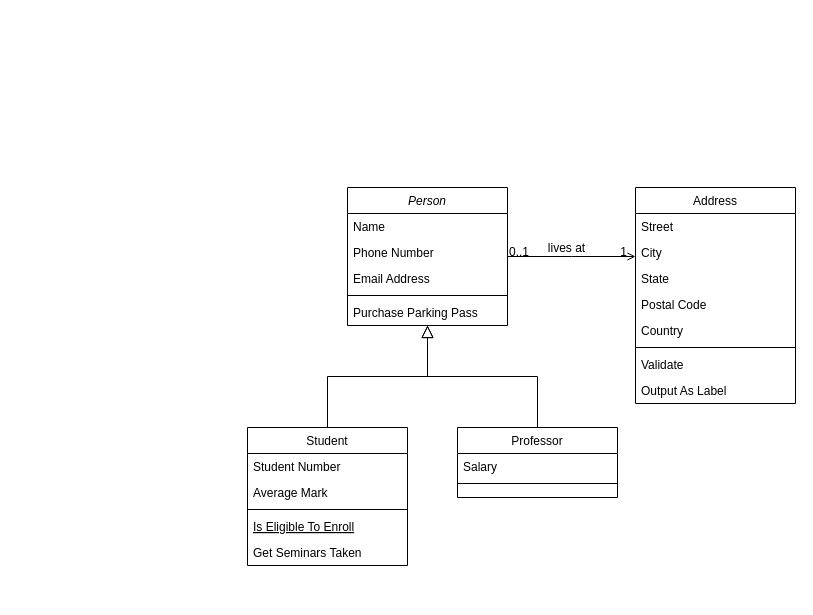
david-med/archivos keeps this draw.io diagram as PrototypeExample.drawio. Above is the earlier version. Source tidied: cells renumbered, new cells numbered last; positions are measured from the earlier drawing's top-left corner, leaving out a move shared by most shapes. Both pictures are drawn from the tidied source at 100%, with x=0, y=0 at pixel (247, 187).
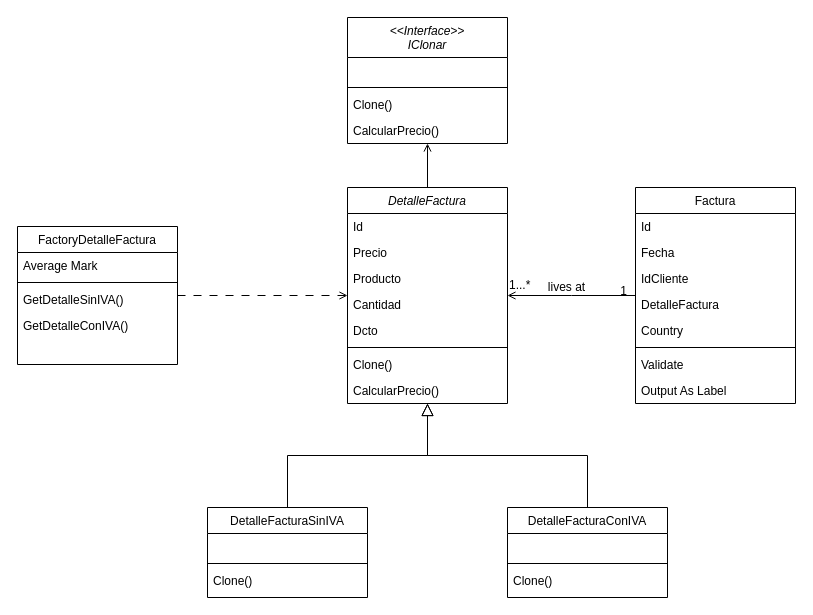
Above is the later version.

What changed in the source:
```diff
@@
+    <mxCell id="32" style="edgeStyle=orthogonalEdgeStyle;rounded=0;jettySize=auto;html=1;endArrow=open;endFill=0;" parent="1" edge="1" source="2" target="38">
+      <mxGeometry relative="1" as="geometry" />
+    </mxCell>
-    <mxCell id="2" value="Person" style="swimlane;fontStyle=2;align=center;verticalAlign=top;horizontal=1;startSize=26;rounded=0;shadow=0;strokeWidth=1;" parent="1" vertex="1">
-      <mxGeometry x="100" width="160" height="138" as="geometry" />
+    <mxCell id="2" value="DetalleFactura" style="swimlane;fontStyle=2;align=center;verticalAlign=top;horizontal=1;startSize=26;rounded=0;shadow=0;strokeWidth=1;" parent="1" vertex="1">
+      <mxGeometry x="100" width="160" height="216" as="geometry" />
     </mxCell>
-    <mxCell id="3" value="Name" style="text;align=left;verticalAlign=top;spacingLeft=4;spacingRight=4;overflow=hidden;" parent="2" vertex="1">
+    <mxCell id="3" value="Id" style="text;align=left;verticalAlign=top;spacingLeft=4;spacingRight=4;overflow=hidden;" parent="2" vertex="1">
       <mxGeometry y="26" width="160" height="26" as="geometry" />
     </mxCell>
+    <mxCell id="33" value="Precio" style="text;align=left;verticalAlign=top;spacingLeft=4;spacingRight=4;overflow=hidden;rounded=0;shadow=0;html=0;" parent="2" vertex="1">
+      <mxGeometry y="52" width="160" height="26" as="geometry" />
+    </mxCell>
-    <mxCell id="4" value="Phone Number" style="text;align=left;verticalAlign=top;spacingLeft=4;spacingRight=4;overflow=hidden;rounded=0;shadow=0;html=0;" parent="2" vertex="1">
-      <mxGeometry y="52" width="160" height="26" as="geometry" />
+    <mxCell id="4" value="Producto" style="text;align=left;verticalAlign=top;spacingLeft=4;spacingRight=4;overflow=hidden;rounded=0;shadow=0;html=0;" parent="2" vertex="1">
+      <mxGeometry y="78" width="160" height="26" as="geometry" />
     </mxCell>
+    <mxCell id="34" value="Cantidad" style="text;align=left;verticalAlign=top;spacingLeft=4;spacingRight=4;overflow=hidden;rounded=0;shadow=0;html=0;" parent="2" vertex="1">
+      <mxGeometry y="104" width="160" height="26" as="geometry" />
+    </mxCell>
-    <mxCell id="5" value="Email Address" style="text;align=left;verticalAlign=top;spacingLeft=4;spacingRight=4;overflow=hidden;rounded=0;shadow=0;html=0;" parent="2" vertex="1">
-      <mxGeometry y="78" width="160" height="26" as="geometry" />
+    <mxCell id="5" value="Dcto" style="text;align=left;verticalAlign=top;spacingLeft=4;spacingRight=4;overflow=hidden;rounded=0;shadow=0;html=0;" parent="2" vertex="1">
+      <mxGeometry y="130" width="160" height="26" as="geometry" />
     </mxCell>
     <mxCell id="6" style="line;html=1;strokeWidth=1;align=left;verticalAlign=middle;spacingTop=-1;spacingLeft=3;spacingRight=3;labelPosition=right;" parent="2" vertex="1">
-      <mxGeometry y="104" width="160" height="8" as="geometry" />
+      <mxGeometry y="156" width="160" height="8" as="geometry" />
     </mxCell>
+    <mxCell id="35" value="Clone()" style="text;align=left;verticalAlign=top;spacingLeft=4;spacingRight=4;overflow=hidden;" parent="2" vertex="1">
+      <mxGeometry y="164" width="160" height="26" as="geometry" />
+    </mxCell>
-    <mxCell id="7" value="Purchase Parking Pass" style="text;align=left;verticalAlign=top;spacingLeft=4;spacingRight=4;overflow=hidden;" parent="2" vertex="1">
-      <mxGeometry y="112" width="160" height="26" as="geometry" />
+    <mxCell id="7" value="CalcularPrecio()" style="text;align=left;verticalAlign=top;spacingLeft=4;spacingRight=4;overflow=hidden;" parent="2" vertex="1">
+      <mxGeometry y="190" width="160" height="26" as="geometry" />
     </mxCell>
+    <mxCell id="14" style="edgeStyle=orthogonalEdgeStyle;rounded=0;jettySize=auto;html=1;endArrow=open;endFill=0;dashed=1;dashPattern=8 8;" parent="1" edge="1" source="8" target="2">
+      <mxGeometry relative="1" as="geometry" />
+    </mxCell>
-    <mxCell id="8" value="Student" style="swimlane;fontStyle=0;align=center;verticalAlign=top;horizontal=1;startSize=26;rounded=0;shadow=0;strokeWidth=1;" parent="1" vertex="1">
-      <mxGeometry y="240" width="160" height="138" as="geometry" />
+    <mxCell id="8" value="FactoryDetalleFactura" style="swimlane;fontStyle=0;align=center;verticalAlign=top;horizontal=1;startSize=26;rounded=0;shadow=0;strokeWidth=1;" parent="1" vertex="1">
+      <mxGeometry x="-230" y="39" width="160" height="138" as="geometry" />
     </mxCell>
-    <mxCell id="9" value="Student Number" style="text;align=left;verticalAlign=top;spacingLeft=4;spacingRight=4;overflow=hidden;" parent="8" vertex="1">
-      <mxGeometry y="26" width="160" height="26" as="geometry" />
-    </mxCell>
     <mxCell id="10" value="Average Mark" style="text;align=left;verticalAlign=top;spacingLeft=4;spacingRight=4;overflow=hidden;rounded=0;shadow=0;html=0;" parent="8" vertex="1">
-      <mxGeometry y="52" width="160" height="26" as="geometry" />
+      <mxGeometry y="26" width="160" height="26" as="geometry" />
     </mxCell>
     <mxCell id="11" style="line;html=1;strokeWidth=1;align=left;verticalAlign=middle;spacingTop=-1;spacingLeft=3;spacingRight=3;labelPosition=right;" parent="8" vertex="1">
-      <mxGeometry y="78" width="160" height="8" as="geometry" />
+      <mxGeometry y="52" width="160" height="8" as="geometry" />
     </mxCell>
-    <mxCell id="12" value="Is Eligible To Enroll" style="text;align=left;verticalAlign=top;spacingLeft=4;spacingRight=4;overflow=hidden;fontStyle=4;" parent="8" vertex="1">
-      <mxGeometry y="86" width="160" height="26" as="geometry" />
+    <mxCell id="12" value="GetDetalleSinIVA()" style="text;align=left;verticalAlign=top;spacingLeft=4;spacingRight=4;overflow=hidden;fontStyle=0;" parent="8" vertex="1">
+      <mxGeometry y="60" width="160" height="26" as="geometry" />
     </mxCell>
-    <mxCell id="13" value="Get Seminars Taken" style="text;align=left;verticalAlign=top;spacingLeft=4;spacingRight=4;overflow=hidden;" parent="8" vertex="1">
-      <mxGeometry y="112" width="160" height="26" as="geometry" />
+    <mxCell id="13" value="GetDetalleConIVA()" style="text;align=left;verticalAlign=top;spacingLeft=4;spacingRight=4;overflow=hidden;" parent="8" vertex="1">
+      <mxGeometry y="86" width="160" height="26" as="geometry" />
     </mxCell>
-    <mxCell id="14" style="endArrow=block;endSize=10;endFill=0;shadow=0;strokeWidth=1;rounded=0;edgeStyle=elbowEdgeStyle;elbow=vertical;" parent="1" edge="1" source="8" target="2">
-      <mxGeometry relative="1" as="geometry" />
-    </mxCell>
+    <mxCell id="18" style="edgeStyle=orthogonalEdgeStyle;rounded=0;jettySize=auto;html=1;endArrow=block;endFill=0;strokeWidth=1;endSize=10;" parent="1" edge="1" source="15" target="2">
+      <mxGeometry relative="1" as="geometry" />
+    </mxCell>
-    <mxCell id="15" value="Professor" style="swimlane;fontStyle=0;align=center;verticalAlign=top;horizontal=1;startSize=26;rounded=0;shadow=0;strokeWidth=1;" parent="1" vertex="1">
-      <mxGeometry x="210" y="240" width="160" height="70" as="geometry" />
+    <mxCell id="15" value="DetalleFacturaSinIVA" style="swimlane;fontStyle=0;align=center;verticalAlign=top;horizontal=1;startSize=26;rounded=0;shadow=0;strokeWidth=1;" parent="1" vertex="1">
+      <mxGeometry x="-40" y="320" width="160" height="90" as="geometry" />
     </mxCell>
-    <mxCell id="16" value="Salary" style="text;align=left;verticalAlign=top;spacingLeft=4;spacingRight=4;overflow=hidden;" parent="15" vertex="1">
-      <mxGeometry y="26" width="160" height="26" as="geometry" />
-    </mxCell>
+    <mxCell id="36" style="text;align=left;verticalAlign=top;spacingLeft=4;spacingRight=4;overflow=hidden;" parent="15" vertex="1">
+      <mxGeometry y="26" width="160" height="26" as="geometry" />
+    </mxCell>
@@
-    <mxCell id="18" style="endArrow=block;endSize=10;endFill=0;shadow=0;strokeWidth=1;rounded=0;edgeStyle=elbowEdgeStyle;elbow=vertical;" parent="1" edge="1" source="15" target="2">
-      <mxGeometry relative="1" as="geometry" />
-    </mxCell>
+    <mxCell id="37" value="Clone()" style="text;align=left;verticalAlign=top;spacingLeft=4;spacingRight=4;overflow=hidden;" parent="15" vertex="1">
+      <mxGeometry y="60" width="160" height="26" as="geometry" />
+    </mxCell>
-    <mxCell id="19" value="Address" style="swimlane;fontStyle=0;align=center;verticalAlign=top;horizontal=1;startSize=26;rounded=0;shadow=0;strokeWidth=1;" parent="1" vertex="1">
+    <mxCell id="19" value="Factura" style="swimlane;fontStyle=0;align=center;verticalAlign=top;horizontal=1;startSize=26;rounded=0;shadow=0;strokeWidth=1;" parent="1" vertex="1">
       <mxGeometry x="388" width="160" height="216" as="geometry" />
     </mxCell>
-    <mxCell id="20" value="Street" style="text;align=left;verticalAlign=top;spacingLeft=4;spacingRight=4;overflow=hidden;" parent="19" vertex="1">
+    <mxCell id="20" value="Id" style="text;align=left;verticalAlign=top;spacingLeft=4;spacingRight=4;overflow=hidden;" parent="19" vertex="1">
       <mxGeometry y="26" width="160" height="26" as="geometry" />
     </mxCell>
-    <mxCell id="21" value="City" style="text;align=left;verticalAlign=top;spacingLeft=4;spacingRight=4;overflow=hidden;rounded=0;shadow=0;html=0;" parent="19" vertex="1">
+    <mxCell id="21" value="Fecha" style="text;align=left;verticalAlign=top;spacingLeft=4;spacingRight=4;overflow=hidden;rounded=0;shadow=0;html=0;" parent="19" vertex="1">
       <mxGeometry y="52" width="160" height="26" as="geometry" />
     </mxCell>
-    <mxCell id="22" value="State" style="text;align=left;verticalAlign=top;spacingLeft=4;spacingRight=4;overflow=hidden;rounded=0;shadow=0;html=0;" parent="19" vertex="1">
+    <mxCell id="22" value="IdCliente" style="text;align=left;verticalAlign=top;spacingLeft=4;spacingRight=4;overflow=hidden;rounded=0;shadow=0;html=0;" parent="19" vertex="1">
       <mxGeometry y="78" width="160" height="26" as="geometry" />
     </mxCell>
-    <mxCell id="23" value="Postal Code" style="text;align=left;verticalAlign=top;spacingLeft=4;spacingRight=4;overflow=hidden;rounded=0;shadow=0;html=0;" parent="19" vertex="1">
+    <mxCell id="23" value="DetalleFactura" style="text;align=left;verticalAlign=top;spacingLeft=4;spacingRight=4;overflow=hidden;rounded=0;shadow=0;html=0;" parent="19" vertex="1">
       <mxGeometry y="104" width="160" height="26" as="geometry" />
     </mxCell>
@@
-    <mxCell id="28" style="endArrow=open;shadow=0;strokeWidth=1;rounded=0;endFill=1;edgeStyle=elbowEdgeStyle;elbow=vertical;" parent="1" edge="1" source="2" target="19">
+    <mxCell id="28" style="endArrow=none;shadow=0;strokeWidth=1;rounded=0;endFill=0;edgeStyle=elbowEdgeStyle;elbow=vertical;startArrow=open;startFill=0;" parent="1" edge="1" source="2" target="19">
       <mxGeometry x="0.5" y="41" relative="1" as="geometry">
         <mxPoint x="-40" y="32" as="offset" />
       </mxGeometry>
     </mxCell>
-    <mxCell id="29" value="0..1" style="align=left;verticalAlign=bottom;labelBackgroundColor=none;fontSize=12;" parent="28" vertex="1">
+    <mxCell id="29" value="1...*" style="align=left;verticalAlign=bottom;labelBackgroundColor=none;fontSize=12;" parent="28" vertex="1">
       <mxGeometry x="-1" relative="1" as="geometry">
-        <mxPoint y="4" as="offset" />
+        <mxPoint y="-2" as="offset" />
       </mxGeometry>
     </mxCell>
@@
+    <mxCell id="38" value="&lt;&lt;Interface&gt;&gt;&#10;IClonar" style="swimlane;fontStyle=2;align=center;verticalAlign=top;horizontal=1;startSize=40;rounded=0;shadow=0;strokeWidth=1;swimlaneHead=1;" parent="1" vertex="1">
+      <mxGeometry x="100" y="-170" width="160" height="126" as="geometry" />
+    </mxCell>
+    <mxCell id="39" value=" " style="text;align=left;verticalAlign=top;spacingLeft=4;spacingRight=4;overflow=hidden;rounded=0;shadow=0;html=0;" parent="38" vertex="1">
+      <mxGeometry y="40" width="160" height="26" as="geometry" />
+    </mxCell>
+    <mxCell id="40" style="line;html=1;strokeWidth=1;align=left;verticalAlign=middle;spacingTop=-1;spacingLeft=3;spacingRight=3;labelPosition=right;" parent="38" vertex="1">
+      <mxGeometry y="66" width="160" height="8" as="geometry" />
+    </mxCell>
+    <mxCell id="41" value="Clone()" style="text;align=left;verticalAlign=top;spacingLeft=4;spacingRight=4;overflow=hidden;" parent="38" vertex="1">
+      <mxGeometry y="74" width="160" height="26" as="geometry" />
+    </mxCell>
+    <mxCell id="42" value="CalcularPrecio()" style="text;align=left;verticalAlign=top;spacingLeft=4;spacingRight=4;overflow=hidden;" parent="38" vertex="1">
+      <mxGeometry y="100" width="160" height="26" as="geometry" />
+    </mxCell>
+    <mxCell id="43" style="edgeStyle=orthogonalEdgeStyle;rounded=0;jettySize=auto;html=1;endArrow=block;endFill=0;strokeWidth=1;endSize=10;" parent="1" edge="1" source="44" target="2">
+      <mxGeometry relative="1" as="geometry" />
+    </mxCell>
+    <mxCell id="44" value="DetalleFacturaConIVA" style="swimlane;fontStyle=0;align=center;verticalAlign=top;horizontal=1;startSize=26;rounded=0;shadow=0;strokeWidth=1;" parent="1" vertex="1">
+      <mxGeometry x="260" y="320" width="160" height="90" as="geometry" />
+    </mxCell>
+    <mxCell id="45" style="text;align=left;verticalAlign=top;spacingLeft=4;spacingRight=4;overflow=hidden;" parent="44" vertex="1">
+      <mxGeometry y="26" width="160" height="26" as="geometry" />
+    </mxCell>
+    <mxCell id="46" style="line;html=1;strokeWidth=1;align=left;verticalAlign=middle;spacingTop=-1;spacingLeft=3;spacingRight=3;labelPosition=right;" parent="44" vertex="1">
+      <mxGeometry y="52" width="160" height="8" as="geometry" />
+    </mxCell>
+    <mxCell id="47" value="Clone()" style="text;align=left;verticalAlign=top;spacingLeft=4;spacingRight=4;overflow=hidden;" parent="44" vertex="1">
+      <mxGeometry y="60" width="160" height="26" as="geometry" />
+    </mxCell>
```
